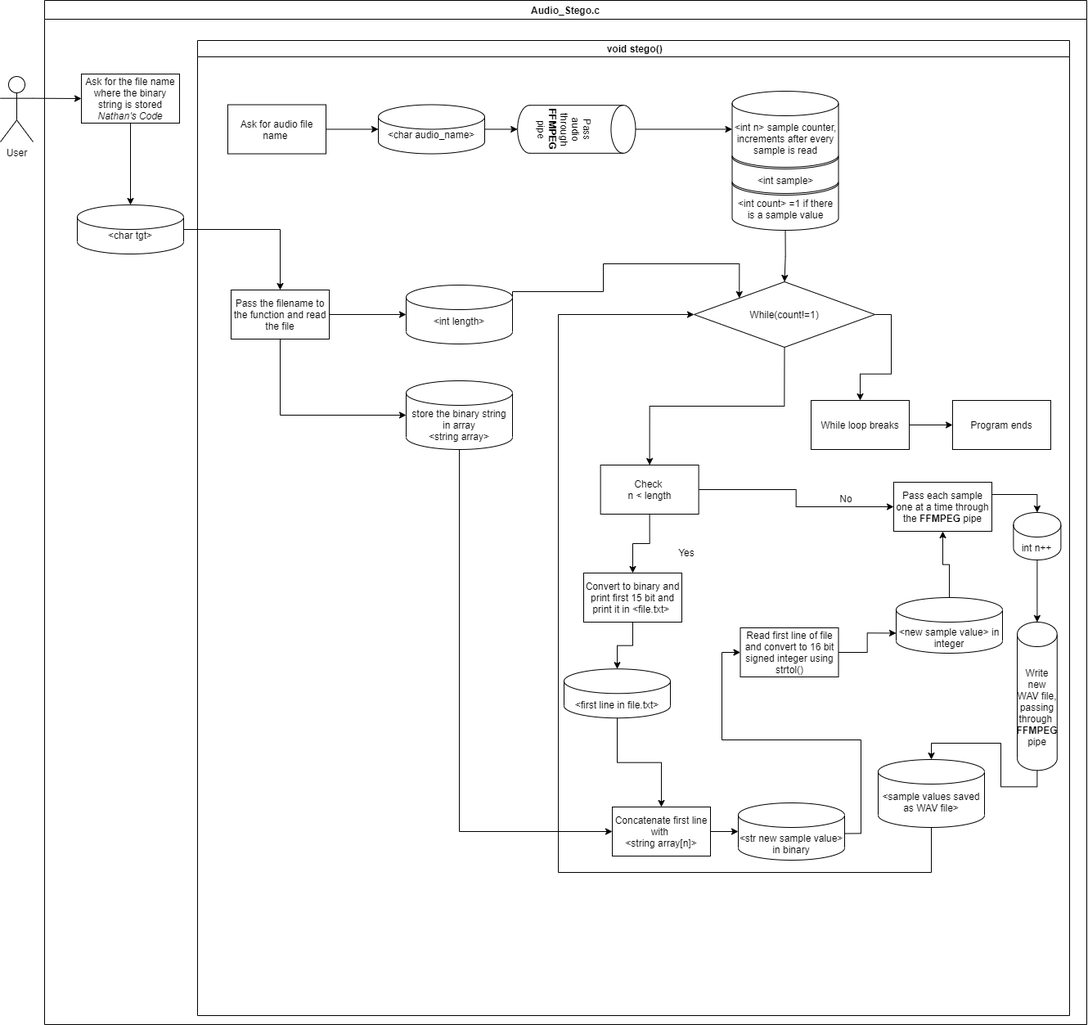
Before: lowlevel.png, a diagram exported from draw.io (PalakMittal/AudioStego). Source tidied: cells renumbered, new cells last; positions are measured from the earlier drawing's top-left corner, leaving out a move shared by most shapes.
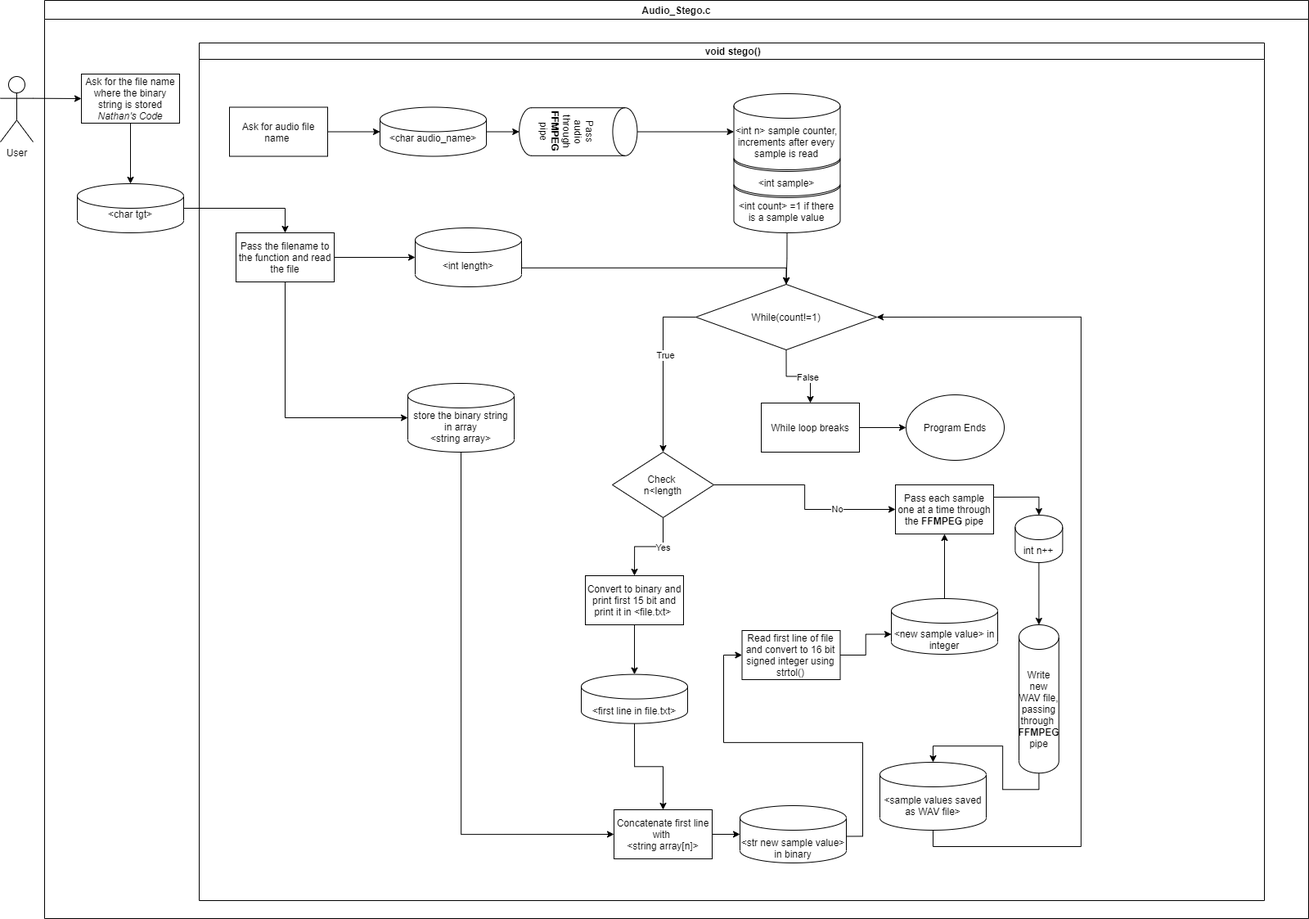
After the commit.

What changed in the source:
```diff
@@ -6,10 +6,10 @@
       <mxGeometry y="93" width="40" height="80" as="geometry" />
     </mxCell>
     <mxCell id="3" value="Audio_Stego.c" style="swimlane;" parent="1" vertex="1">
-      <mxGeometry x="54" width="1274" height="1252" as="geometry" />
+      <mxGeometry x="54" width="1545" height="1122" as="geometry" />
     </mxCell>
     <mxCell id="4" value=" void stego()" style="swimlane;startSize=20;" parent="3" vertex="1">
-      <mxGeometry x="187" y="49" width="1066" height="1192" as="geometry" />
+      <mxGeometry x="189" y="52" width="1302" height="1048" as="geometry" />
     </mxCell>
     <mxCell id="5" style="edgeStyle=orthogonalEdgeStyle;rounded=0;jettySize=auto;html=1;exitX=0.5;exitY=1;exitDx=0;exitDy=0;exitPerimeter=0;entryX=0.5;entryY=0;entryDx=0;entryDy=0;" parent="4" edge="1" source="6" target="24">
       <mxGeometry relative="1" as="geometry" />
@@ -30,20 +30,18 @@
       <mxGeometry relative="1" as="geometry" />
     </mxCell>
     <mxCell id="11" value="Pass the filename to the function and read the file" style="rounded=0;whiteSpace=wrap;html=1;" parent="4" vertex="1">
-      <mxGeometry x="41" y="305" width="120" height="60" as="geometry" />
+      <mxGeometry x="45" y="232" width="120" height="60" as="geometry" />
     </mxCell>
-    <mxCell id="12" style="edgeStyle=orthogonalEdgeStyle;rounded=0;jettySize=auto;html=1;exitX=1;exitY=0.5;exitDx=0;exitDy=0;exitPerimeter=0;entryX=0;entryY=0;entryDx=0;entryDy=0;" parent="4" edge="1" source="13" target="24">
+    <mxCell id="12" style="edgeStyle=orthogonalEdgeStyle;rounded=0;jettySize=auto;html=1;exitX=1;exitY=0.5;exitDx=0;exitDy=0;exitPerimeter=0;entryX=0.5;entryY=0;entryDx=0;entryDy=0;" parent="4" edge="1" source="13" target="24">
       <mxGeometry relative="1" as="geometry">
         <Array as="points">
-          <mxPoint x="385" y="307" />
-          <mxPoint x="496" y="307" />
-          <mxPoint x="496" y="273" />
-          <mxPoint x="662" y="273" />
+          <mxPoint x="394" y="275" />
+          <mxPoint x="718" y="275" />
         </Array>
       </mxGeometry>
     </mxCell>
     <mxCell id="13" value="&amp;lt;int length&amp;gt;" style="shape=cylinder3;whiteSpace=wrap;html=1;boundedLbl=1;backgroundOutline=1;size=15;" parent="4" vertex="1">
-      <mxGeometry x="255" y="299" width="130" height="72" as="geometry" />
+      <mxGeometry x="264" y="226" width="130" height="72" as="geometry" />
     </mxCell>
     <mxCell id="14" style="endArrow=classic;html=1;exitX=1;exitY=0.5;exitDx=0;exitDy=0;entryX=0;entryY=0.5;entryDx=0;entryDy=0;entryPerimeter=0;" parent="4" edge="1" source="11" target="13">
       <mxGeometry relative="1" as="geometry" />
@@ -69,23 +67,29 @@
     <mxCell id="21" style="endArrow=classic;html=1;exitX=0.5;exitY=0;exitDx=0;exitDy=0;exitPerimeter=0;entryX=0;entryY=0.5;entryDx=0;entryDy=0;entryPerimeter=0;" parent="4" edge="1" source="17" target="20">
       <mxGeometry relative="1" as="geometry" />
     </mxCell>
-    <mxCell id="22" style="edgeStyle=orthogonalEdgeStyle;rounded=0;jettySize=auto;html=1;exitX=0.5;exitY=1;exitDx=0;exitDy=0;entryX=0.5;entryY=0;entryDx=0;entryDy=0;" parent="4" edge="1" source="24" target="42">
+    <mxCell id="22" style="edgeStyle=orthogonalEdgeStyle;rounded=0;jettySize=auto;html=1;exitX=0;exitY=0.5;exitDx=0;exitDy=0;entryX=0.5;entryY=0;entryDx=0;entryDy=0;" parent="4" edge="1" source="24" target="60">
       <mxGeometry relative="1" as="geometry" />
     </mxCell>
+    <mxCell id="58" value="True" style="edgeLabel;html=1;align=center;verticalAlign=middle;" parent="22" vertex="1">
+      <mxGeometry x="-0.18" y="2" relative="1" as="geometry" />
+    </mxCell>
-    <mxCell id="23" style="edgeStyle=orthogonalEdgeStyle;rounded=0;jettySize=auto;html=1;exitX=1;exitY=0.5;exitDx=0;exitDy=0;entryX=0.5;entryY=0;entryDx=0;entryDy=0;" parent="4" edge="1" source="24" target="25">
+    <mxCell id="23" style="edgeStyle=orthogonalEdgeStyle;rounded=0;jettySize=auto;html=1;exitX=0.5;exitY=1;exitDx=0;exitDy=0;entryX=0.5;entryY=0;entryDx=0;entryDy=0;" parent="4" edge="1" source="24" target="25">
       <mxGeometry relative="1" as="geometry" />
     </mxCell>
+    <mxCell id="59" value="False" style="edgeLabel;html=1;align=center;verticalAlign=middle;" parent="23" vertex="1">
+      <mxGeometry x="0.21" relative="1" as="geometry" />
+    </mxCell>
     <mxCell id="24" value="While(count!=1)" style="rhombus;whiteSpace=wrap;html=1;" parent="4" vertex="1">
       <mxGeometry x="607" y="295" width="221" height="80" as="geometry" />
     </mxCell>
     <mxCell id="25" value="While loop breaks" style="whiteSpace=wrap;html=1;rounded=0;" parent="4" vertex="1">
-      <mxGeometry x="750" y="440" width="120" height="60" as="geometry" />
+      <mxGeometry x="687" y="440" width="120" height="60" as="geometry" />
     </mxCell>
     <mxCell id="26" value="Convert to binary and print first 15 bit and print it in &amp;lt;file.txt&amp;gt;&amp;nbsp;" style="rounded=0;whiteSpace=wrap;html=1;" parent="4" vertex="1">
       <mxGeometry x="472" y="651" width="120" height="60" as="geometry" />
     </mxCell>
     <mxCell id="27" value="&lt;br&gt;&amp;lt;first line in file.txt&amp;gt;" style="shape=cylinder3;whiteSpace=wrap;html=1;boundedLbl=1;backgroundOutline=1;size=15;" parent="4" vertex="1">
-      <mxGeometry x="448" y="768.2" width="130" height="60" as="geometry" />
+      <mxGeometry x="467" y="771.6" width="130" height="60" as="geometry" />
     </mxCell>
     <mxCell id="28" style="edgeStyle=orthogonalEdgeStyle;rounded=0;jettySize=auto;html=1;exitX=0.5;exitY=1;exitDx=0;exitDy=0;entryX=0.5;entryY=0;entryDx=0;entryDy=0;entryPerimeter=0;" parent="4" edge="1" source="26" target="27">
       <mxGeometry relative="1" as="geometry" />
@@ -109,7 +113,7 @@
       <mxGeometry relative="1" as="geometry" />
     </mxCell>
     <mxCell id="35" value="&lt;br&gt;&amp;lt;new sample value&amp;gt; in integer" style="shape=cylinder3;whiteSpace=wrap;html=1;boundedLbl=1;backgroundOutline=1;size=15;" parent="4" vertex="1">
-      <mxGeometry x="854" y="681" width="130" height="68" as="geometry" />
+      <mxGeometry x="846" y="679" width="130" height="68" as="geometry" />
     </mxCell>
     <mxCell id="36" style="edgeStyle=orthogonalEdgeStyle;rounded=0;jettySize=auto;html=1;exitX=1;exitY=0.5;exitDx=0;exitDy=0;entryX=0;entryY=0;entryDx=0;entryDy=43.5;entryPerimeter=0;" parent="4" edge="1" source="33" target="35">
       <mxGeometry relative="1" as="geometry" />
@@ -123,51 +127,51 @@
     <mxCell id="39" style="edgeStyle=orthogonalEdgeStyle;rounded=0;jettySize=auto;html=1;exitX=0.5;exitY=0;exitDx=0;exitDy=0;exitPerimeter=0;entryX=0.5;entryY=1;entryDx=0;entryDy=0;" parent="4" edge="1" source="35" target="38">
       <mxGeometry relative="1" as="geometry" />
     </mxCell>
-    <mxCell id="40" style="edgeStyle=orthogonalEdgeStyle;rounded=0;jettySize=auto;html=1;exitX=1;exitY=0.5;exitDx=0;exitDy=0;entryX=0;entryY=0.5;entryDx=0;entryDy=0;" parent="4" edge="1" source="42" target="38">
+    <mxCell id="40" style="edgeStyle=orthogonalEdgeStyle;rounded=0;jettySize=auto;html=1;exitX=1;exitY=0.5;exitDx=0;exitDy=0;entryX=0;entryY=0.5;entryDx=0;entryDy=0;" parent="4" edge="1" source="60" target="38">
       <mxGeometry relative="1" as="geometry" />
     </mxCell>
+    <mxCell id="50" value="No" style="edgeLabel;html=1;align=center;verticalAlign=middle;" parent="40" vertex="1">
+      <mxGeometry x="0.42" y="1" relative="1" as="geometry" />
+    </mxCell>
-    <mxCell id="41" style="edgeStyle=orthogonalEdgeStyle;rounded=0;jettySize=auto;html=1;exitX=0.5;exitY=1;exitDx=0;exitDy=0;entryX=0.5;entryY=0;entryDx=0;entryDy=0;" parent="4" edge="1" source="42" target="26">
+    <mxCell id="41" style="edgeStyle=orthogonalEdgeStyle;rounded=0;jettySize=auto;html=1;exitX=0.5;exitY=1;exitDx=0;exitDy=0;entryX=0.5;entryY=0;entryDx=0;entryDy=0;" parent="4" edge="1" source="60" target="26">
       <mxGeometry relative="1" as="geometry" />
     </mxCell>
-    <mxCell id="42" value="Check &lt;br&gt;n &amp;lt; length" style="rounded=0;whiteSpace=wrap;html=1;" parent="4" vertex="1">
-      <mxGeometry x="492.6" y="519" width="120" height="60" as="geometry" />
-    </mxCell>
+    <mxCell id="49" value="Yes" style="edgeLabel;html=1;align=center;verticalAlign=middle;" parent="41" vertex="1">
+      <mxGeometry x="-0.28" relative="1" as="geometry" />
+    </mxCell>
     <mxCell id="43" style="edgeStyle=orthogonalEdgeStyle;rounded=0;jettySize=auto;html=1;exitX=0.5;exitY=1;exitDx=0;exitDy=0;exitPerimeter=0;entryX=0.5;entryY=0;entryDx=0;entryDy=0;entryPerimeter=0;" parent="4" edge="1" source="44" target="46">
       <mxGeometry relative="1" as="geometry" />
     </mxCell>
     <mxCell id="44" value="Write new WAV file, passing through&amp;nbsp;&lt;br&gt;&lt;b&gt;FFMPEG &lt;/b&gt;pipe" style="shape=cylinder3;whiteSpace=wrap;html=1;boundedLbl=1;backgroundOutline=1;size=15;rotation=0;" parent="4" vertex="1">
       <mxGeometry x="1002" y="711" width="48.8" height="181.2" as="geometry" />
     </mxCell>
-    <mxCell id="45" style="edgeStyle=orthogonalEdgeStyle;rounded=0;jettySize=auto;html=1;entryX=0;entryY=0.5;entryDx=0;entryDy=0;exitX=0.5;exitY=1;exitDx=0;exitDy=0;exitPerimeter=0;" parent="4" edge="1" source="46" target="24">
+    <mxCell id="45" style="edgeStyle=orthogonalEdgeStyle;rounded=0;jettySize=auto;html=1;exitX=0.5;exitY=1;exitDx=0;exitDy=0;exitPerimeter=0;entryX=1;entryY=0.5;entryDx=0;entryDy=0;" parent="4" edge="1" source="46" target="24">
       <mxGeometry relative="1" as="geometry">
         <Array as="points">
-          <mxPoint x="897" y="1017" />
-          <mxPoint x="441" y="1017" />
-          <mxPoint x="441" y="335" />
+          <mxPoint x="897" y="982" />
+          <mxPoint x="1078" y="982" />
+          <mxPoint x="1078" y="335" />
         </Array>
       </mxGeometry>
     </mxCell>
     <mxCell id="46" value="&amp;lt;sample values saved as WAV file&amp;gt;" style="shape=cylinder3;whiteSpace=wrap;html=1;boundedLbl=1;backgroundOutline=1;size=15;" parent="4" vertex="1">
       <mxGeometry x="832" y="879" width="130" height="83" as="geometry" />
     </mxCell>
-    <mxCell id="47" value="Program ends" style="rounded=0;whiteSpace=wrap;html=1;" parent="4" vertex="1">
-      <mxGeometry x="923" y="440" width="120" height="60" as="geometry" />
-    </mxCell>
-    <mxCell id="48" style="edgeStyle=orthogonalEdgeStyle;rounded=0;jettySize=auto;html=1;entryX=0;entryY=0.5;entryDx=0;entryDy=0;" parent="4" edge="1" source="25" target="47">
+    <mxCell id="48" style="edgeStyle=orthogonalEdgeStyle;rounded=0;jettySize=auto;html=1;entryX=0;entryY=0.5;entryDx=0;entryDy=0;" parent="4" edge="1" source="25" target="61">
       <mxGeometry relative="1" as="geometry" />
     </mxCell>
-    <mxCell id="49" value="Yes" style="text;html=1;strokeColor=none;fillColor=none;align=center;verticalAlign=middle;whiteSpace=wrap;rounded=0;" parent="4" vertex="1">
-      <mxGeometry x="578" y="593" width="40" height="66" as="geometry" />
-    </mxCell>
-    <mxCell id="50" value="No" style="text;html=1;strokeColor=none;fillColor=none;align=center;verticalAlign=middle;whiteSpace=wrap;rounded=0;" parent="4" vertex="1">
-      <mxGeometry x="773" y="527" width="40" height="66" as="geometry" />
-    </mxCell>
     <mxCell id="51" style="edgeStyle=orthogonalEdgeStyle;rounded=0;jettySize=auto;html=1;exitX=0.5;exitY=1;exitDx=0;exitDy=0;exitPerimeter=0;entryX=0.5;entryY=0;entryDx=0;entryDy=0;entryPerimeter=0;" parent="4" edge="1" source="52" target="44">
       <mxGeometry relative="1" as="geometry" />
     </mxCell>
     <mxCell id="52" value="&lt;br&gt;int n++" style="shape=cylinder3;whiteSpace=wrap;html=1;boundedLbl=1;backgroundOutline=1;size=15;" parent="4" vertex="1">
       <mxGeometry x="997.4" y="577" width="58" height="58" as="geometry" />
     </mxCell>
+    <mxCell id="60" value="Check&amp;nbsp;&lt;br&gt;n&amp;lt;length" style="rhombus;whiteSpace=wrap;html=1;" parent="4" vertex="1">
+      <mxGeometry x="505" y="500" width="124" height="80" as="geometry" />
+    </mxCell>
+    <mxCell id="61" value="Program Ends" style="ellipse;whiteSpace=wrap;html=1;" parent="4" vertex="1">
+      <mxGeometry x="864" y="430" width="120" height="80" as="geometry" />
+    </mxCell>
     <mxCell id="53" value="Ask for the file name where the binary string is stored&lt;br&gt;&lt;i&gt;Nathan's Code&lt;/i&gt;" style="rounded=0;whiteSpace=wrap;html=1;" parent="3" vertex="1">
       <mxGeometry x="45" y="90" width="120" height="60" as="geometry" />
     </mxCell>
@@ -175,7 +179,7 @@
       <mxGeometry relative="1" as="geometry" />
     </mxCell>
     <mxCell id="55" value="&amp;lt;char tgt&amp;gt;" style="shape=cylinder3;whiteSpace=wrap;html=1;boundedLbl=1;backgroundOutline=1;size=15;" parent="3" vertex="1">
-      <mxGeometry x="40" y="250" width="130" height="60" as="geometry" />
+      <mxGeometry x="40" y="224" width="130" height="60" as="geometry" />
     </mxCell>
     <mxCell id="56" style="endArrow=classic;html=1;exitX=0.5;exitY=1;exitDx=0;exitDy=0;entryX=0.5;entryY=0;entryDx=0;entryDy=0;entryPerimeter=0;" parent="3" edge="1" source="53" target="55">
       <mxGeometry relative="1" as="geometry" />
```
